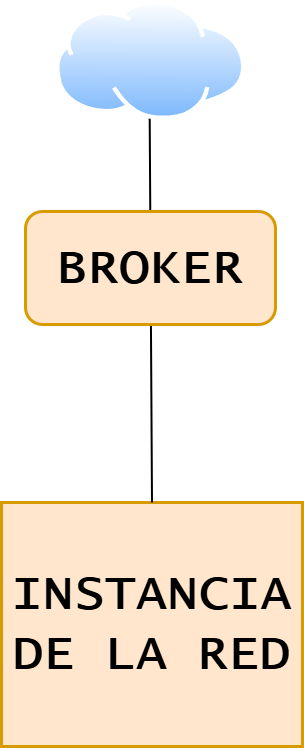
Earlier version of the draw.io export staticfiles/Esquema_red_gen.png (danielMarGar33/TFG-django-iac-terraform). Source tidied: cells renumbered, new cells last; positions are measured from the earlier drawing's top-left corner, leaving out a move shared by most shapes. The source it was exported from:
```xml
<mxGraphModel>
  <root>
    <mxCell id="0" />
    <mxCell id="1" parent="0" />
    <mxCell id="2" value="&lt;font style=&quot;font-size: 50px;&quot; face=&quot;Lucida Console&quot;&gt;INSTANCIA DE LA RED&lt;/font&gt;" style="rounded=0;whiteSpace=wrap;html=1;strokeWidth=3;fillColor=#ffe6cc;strokeColor=#d79b00;fontStyle=1;" parent="1" vertex="1">
      <mxGeometry y="502" width="301" height="244" as="geometry" />
    </mxCell>
    <mxCell id="3" style="endArrow=none;html=1;rounded=0;strokeWidth=2;exitX=0.5;exitY=0;exitDx=0;exitDy=0;" parent="1" edge="1" source="2">
      <mxGeometry relative="1" as="geometry">
        <mxPoint x="148" y="84" as="targetPoint" />
      </mxGeometry>
    </mxCell>
    <mxCell id="4" value="&lt;font style=&quot;font-size: 50px;&quot; face=&quot;Lucida Console&quot;&gt;BROKER&lt;/font&gt;" style="rounded=1;whiteSpace=wrap;html=1;strokeWidth=3;fillColor=#ffe6cc;strokeColor=#d79b00;fontStyle=1;" parent="1" vertex="1">
      <mxGeometry x="24" y="211" width="250" height="113" as="geometry" />
    </mxCell>
    <mxCell id="5" style="image;perimeter=ellipsePerimeter;html=1;align=center;shadow=0;dashed=0;spacingTop=3;image=img/lib/active_directory/internet_cloud.svg;" parent="1" vertex="1">
      <mxGeometry x="54" width="190.5" height="120" as="geometry" />
    </mxCell>
  </root>
</mxGraphModel>
```
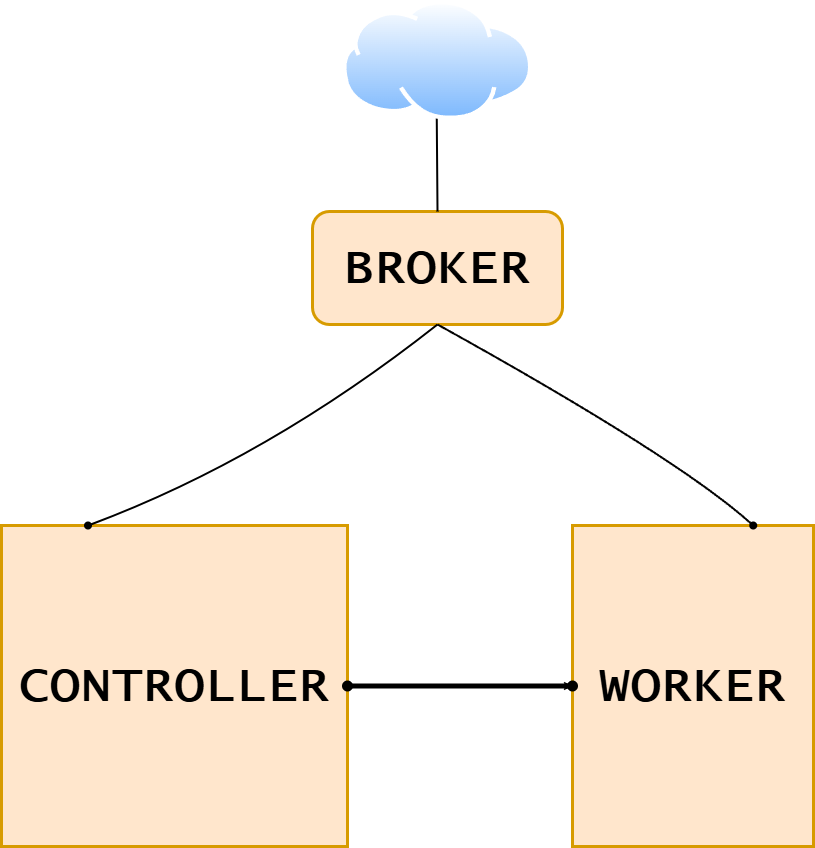
Later version of the same file.

What changed in the source:
```diff
@@ -2,17 +2,40 @@
   <root>
     <mxCell id="0" />
     <mxCell id="1" parent="0" />
-    <mxCell id="2" value="&lt;font style=&quot;font-size: 50px;&quot; face=&quot;Lucida Console&quot;&gt;INSTANCIA DE LA RED&lt;/font&gt;" style="rounded=0;whiteSpace=wrap;html=1;strokeWidth=3;fillColor=#ffe6cc;strokeColor=#d79b00;fontStyle=1;" parent="1" vertex="1">
-      <mxGeometry y="502" width="301" height="244" as="geometry" />
-    </mxCell>
+    <mxCell id="6" style="edgeStyle=orthogonalEdgeStyle;rounded=0;jettySize=auto;html=1;" parent="1" edge="1" source="7" target="8">
+      <mxGeometry relative="1" as="geometry" />
+    </mxCell>
+    <mxCell id="7" value="&lt;font style=&quot;font-size: 50px;&quot; face=&quot;Lucida Console&quot;&gt;CONTROLLER&lt;/font&gt;" style="rounded=0;whiteSpace=wrap;html=1;fontSize=30;strokeWidth=3;fillColor=#ffe6cc;strokeColor=#d79b00;fontStyle=1;" parent="1" vertex="1">
+      <mxGeometry x="-287" y="525" width="346" height="321" as="geometry" />
+    </mxCell>
+    <mxCell id="8" value="&lt;font style=&quot;font-size: 50px;&quot; face=&quot;Lucida Console&quot;&gt;WORKER&lt;/font&gt;" style="rounded=0;whiteSpace=wrap;html=1;strokeWidth=3;fillColor=#ffe6cc;strokeColor=#d79b00;fontStyle=1;" parent="1" vertex="1">
+      <mxGeometry x="284" y="525" width="241" height="321" as="geometry" />
+    </mxCell>
+    <mxCell id="4" value="&lt;font style=&quot;font-size: 50px;&quot; face=&quot;Lucida Console&quot;&gt;BROKER&lt;/font&gt;" style="rounded=1;whiteSpace=wrap;html=1;strokeWidth=3;fillColor=#ffe6cc;strokeColor=#d79b00;fontStyle=1;" parent="1" vertex="1">
+      <mxGeometry x="24" y="211" width="250" height="113" as="geometry" />
+    </mxCell>
-    <mxCell id="3" style="endArrow=none;html=1;rounded=0;strokeWidth=2;exitX=0.5;exitY=0;exitDx=0;exitDy=0;" parent="1" edge="1" source="2">
+    <mxCell id="3" style="endArrow=none;html=1;rounded=0;exitX=0.5;exitY=0;exitDx=0;exitDy=0;strokeWidth=2;" parent="1" edge="1" source="4">
       <mxGeometry relative="1" as="geometry">
         <mxPoint x="148" y="84" as="targetPoint" />
       </mxGeometry>
     </mxCell>
-    <mxCell id="4" value="&lt;font style=&quot;font-size: 50px;&quot; face=&quot;Lucida Console&quot;&gt;BROKER&lt;/font&gt;" style="rounded=1;whiteSpace=wrap;html=1;strokeWidth=3;fillColor=#ffe6cc;strokeColor=#d79b00;fontStyle=1;" parent="1" vertex="1">
-      <mxGeometry x="24" y="211" width="250" height="113" as="geometry" />
-    </mxCell>
+    <mxCell id="9" style="endArrow=none;html=1;rounded=0;entryX=0.5;entryY=1;entryDx=0;entryDy=0;exitX=0.25;exitY=0;exitDx=0;exitDy=0;startArrow=oval;startFill=1;strokeWidth=2;curved=1;" parent="1" edge="1" source="7" target="4">
+      <mxGeometry relative="1" as="geometry">
+        <Array as="points">
+          <mxPoint x="-21" y="458" />
+        </Array>
+      </mxGeometry>
+    </mxCell>
+    <mxCell id="10" style="endArrow=none;html=1;rounded=0;exitX=0.75;exitY=0;exitDx=0;exitDy=0;entryX=0.5;entryY=1;entryDx=0;entryDy=0;startArrow=oval;startFill=1;strokeWidth=2;curved=1;" parent="1" edge="1" source="8" target="4">
+      <mxGeometry relative="1" as="geometry">
+        <Array as="points">
+          <mxPoint x="389" y="457" />
+        </Array>
+      </mxGeometry>
+    </mxCell>
+    <mxCell id="11" style="endArrow=oval;html=1;rounded=0;exitX=1;exitY=0.5;exitDx=0;exitDy=0;entryX=0;entryY=0.5;entryDx=0;entryDy=0;strokeWidth=5;startArrow=oval;startFill=1;endFill=1;" parent="1" edge="1" source="7" target="8">
+      <mxGeometry relative="1" as="geometry" />
+    </mxCell>
     <mxCell id="5" style="image;perimeter=ellipsePerimeter;html=1;align=center;shadow=0;dashed=0;spacingTop=3;image=img/lib/active_directory/internet_cloud.svg;" parent="1" vertex="1">
       <mxGeometry x="54" width="190.5" height="120" as="geometry" />
     </mxCell>
```
